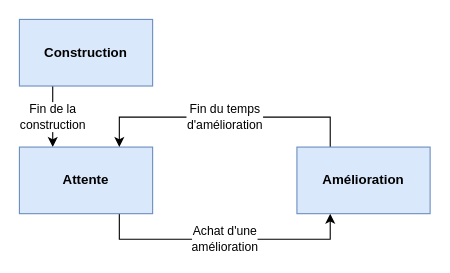
Cours-Alexandre-Ouellet/cours-alexandre-ouellet.github.io keeps this draw.io diagram as jeux-3d/images/abc-machine-etat.drawio. Above is the earlier version. Source tidied: cells renumbered, new cells numbered last; positions are measured from the earlier drawing's top-left corner, leaving out a move shared by most shapes. Both pictures are drawn from the tidied source at 111%, with x=0, y=0 at pixel (19, 19).
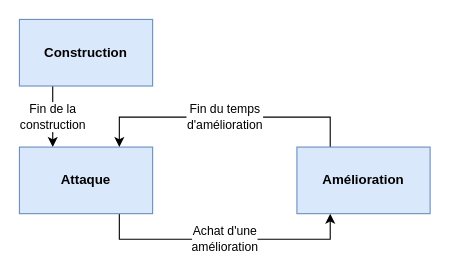
After the change.

What changed in the source:
```diff
@@
 <mxGraphModel>
   <root>
     <mxCell id="0" />
     <mxCell id="1" parent="0" />
     <mxCell id="2" value="Fin de la &lt;br&gt;construction" style="edgeStyle=orthogonalEdgeStyle;rounded=0;jettySize=auto;html=1;exitX=0.25;exitY=1;exitDx=0;exitDy=0;entryX=0.25;entryY=0;entryDx=0;entryDy=0;" parent="1" edge="1" source="3" target="5">
       <mxGeometry relative="1" as="geometry" />
     </mxCell>
     <mxCell id="3" value="Construction" style="rounded=0;whiteSpace=wrap;html=1;fontStyle=1;fillColor=#dae8fc;strokeColor=#6c8ebf;" parent="1" vertex="1">
       <mxGeometry width="120" height="60" as="geometry" />
     </mxCell>
     <mxCell id="4" value="Achat d'une&lt;br&gt;amélioration" style="rounded=0;jettySize=auto;html=1;exitX=0.75;exitY=1;exitDx=0;exitDy=0;entryX=0.25;entryY=1;entryDx=0;entryDy=0;edgeStyle=orthogonalEdgeStyle;" parent="1" edge="1" source="5" target="7">
       <mxGeometry relative="1" as="geometry">
         <Array as="points">
           <mxPoint x="90" y="198" />
           <mxPoint x="280" y="198" />
         </Array>
       </mxGeometry>
     </mxCell>
-    <mxCell id="5" value="Attente" style="rounded=0;whiteSpace=wrap;html=1;fontStyle=1;fillColor=#dae8fc;strokeColor=#6c8ebf;" parent="1" vertex="1">
+    <mxCell id="5" value="Attaque" style="rounded=0;whiteSpace=wrap;html=1;fontStyle=1;fillColor=#dae8fc;strokeColor=#6c8ebf;" parent="1" vertex="1">
       <mxGeometry y="115" width="120" height="60" as="geometry" />
     </mxCell>
     <mxCell id="6" value="Fin du temps &lt;br&gt;d'amélioration" style="edgeStyle=orthogonalEdgeStyle;rounded=0;jettySize=auto;html=1;exitX=0.25;exitY=0;exitDx=0;exitDy=0;entryX=0.75;entryY=0;entryDx=0;entryDy=0;" parent="1" edge="1" source="7" target="5">
       <mxGeometry relative="1" as="geometry">
         <Array as="points">
           <mxPoint x="280" y="88" />
           <mxPoint x="90" y="88" />
         </Array>
       </mxGeometry>
     </mxCell>
     <mxCell id="7" value="Amélioration" style="rounded=0;whiteSpace=wrap;html=1;fontStyle=1;fillColor=#dae8fc;strokeColor=#6c8ebf;" parent="1" vertex="1">
       <mxGeometry x="250" y="115" width="120" height="60" as="geometry" />
     </mxCell>
   </root>
 </mxGraphModel>
```
